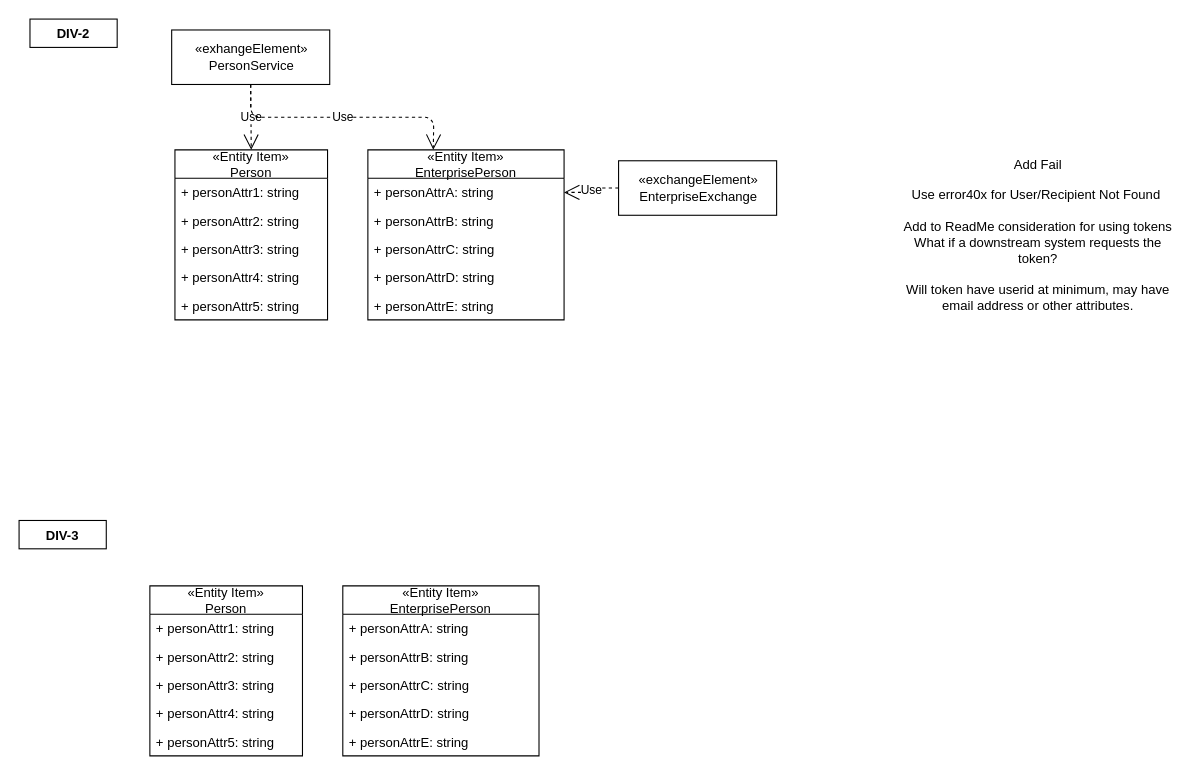
Before: page "DIV Diagrams" (4 of 4) of Drawings/Microservices/People/PeopleService.drawio in RMSLowside/rmslow, a draw.io diagram. Source tidied: cells renumbered, new cells numbered last; positions are measured from the earlier drawing's top-left corner, leaving out a move shared by most shapes. Both pictures are drawn from the tidied source at 109%, with x=0, y=0 at pixel (19, 19).
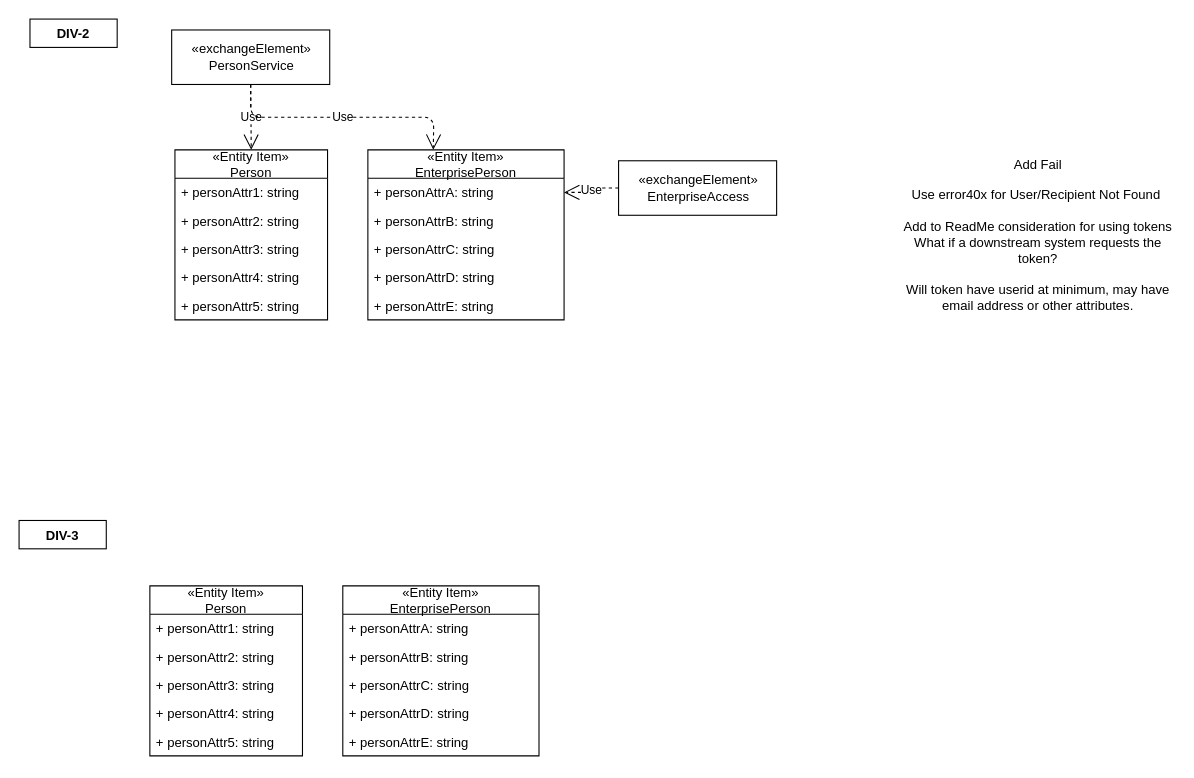
After the change.

Change to the diagram source:
```diff
@@
-    <mxCell id="10" value="«exhangeElement»&lt;br&gt;&lt;div&gt;PersonService&lt;/div&gt;" style="html=1;" parent="1" vertex="1">
+    <mxCell id="10" value="«exchangeElement»&lt;br&gt;&lt;div&gt;PersonService&lt;/div&gt;" style="html=1;" parent="1" vertex="1">
       <mxGeometry x="140" y="10" width="145" height="50" as="geometry" />
     </mxCell>
@@
-    <mxCell id="13" value="«exchangeElement»&lt;br&gt;&lt;div&gt;EnterpriseExchange&lt;/div&gt;" style="html=1;" parent="1" vertex="1">
+    <mxCell id="13" value="«exchangeElement»&lt;br&gt;&lt;div&gt;EnterpriseAccess&lt;/div&gt;" style="html=1;" parent="1" vertex="1">
       <mxGeometry x="550" y="130" width="145" height="50" as="geometry" />
     </mxCell>
```
